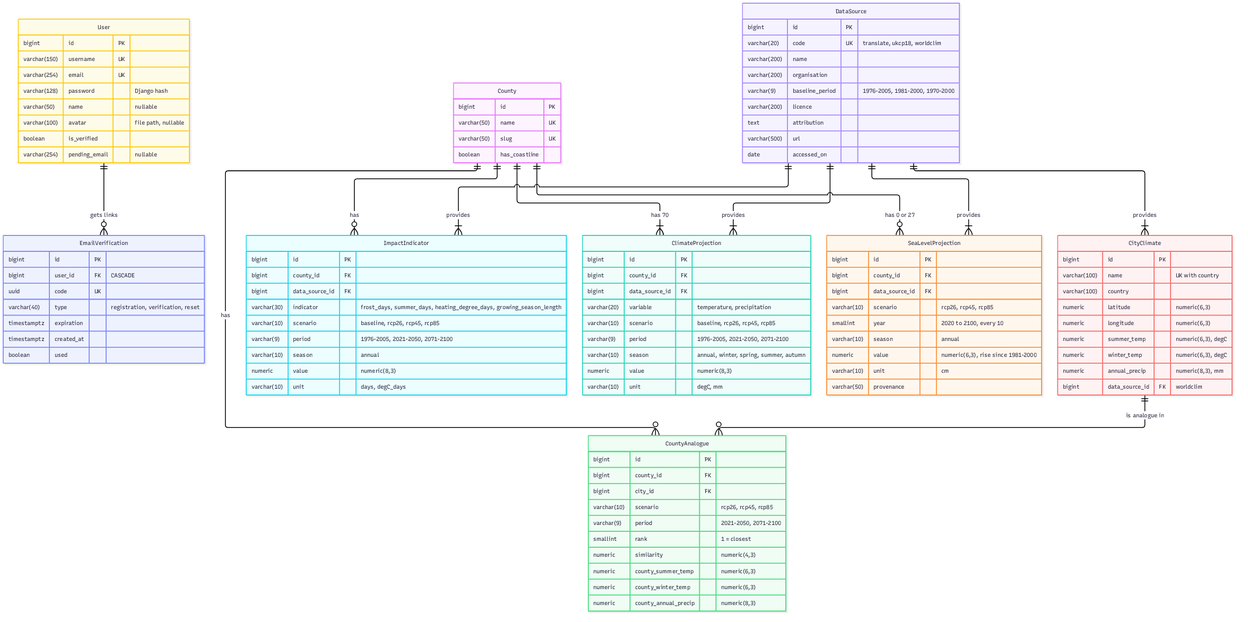
This is docs/er-diagram.png from eoinier-byte/climate-change-dashboard, a Mermaid export, as it was before one commit. Its source is kept beside it as docs/er-diagram.mmd.
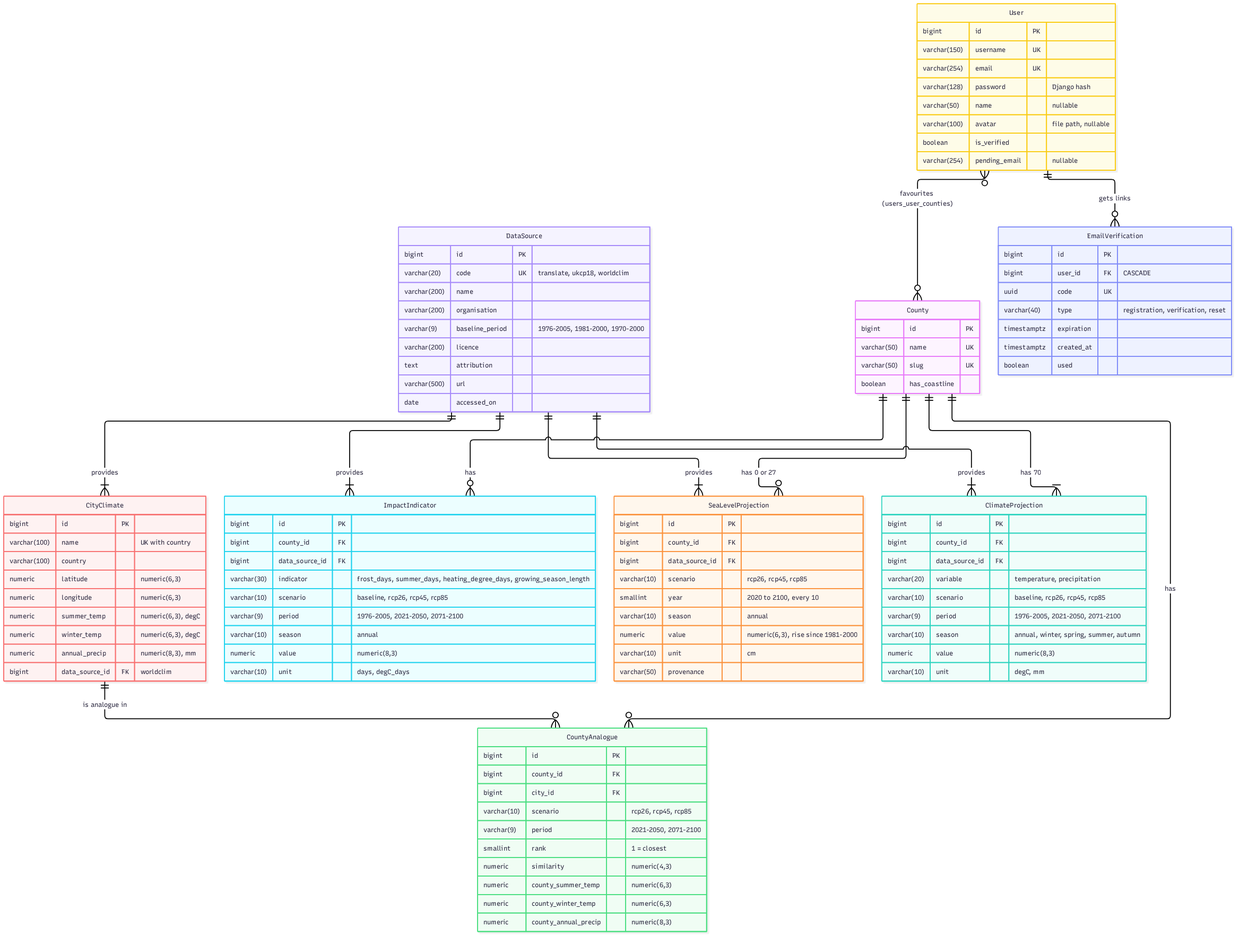
Above is the later version.

Commit message:
CCD-255 Document favourite counties as the User N-N County relationship

Change to the diagram source:
```diff
@@ -9,6 +9,7 @@
     DataSource ||--|{ CityClimate : "provides"
     CityClimate ||--o{ CountyAnalogue : "is analogue in"
     User ||--o{ EmailVerification : "gets links"
+    User }o--o{ County : "favourites (users_user_counties)"
 
     County {
         bigint id PK
```
